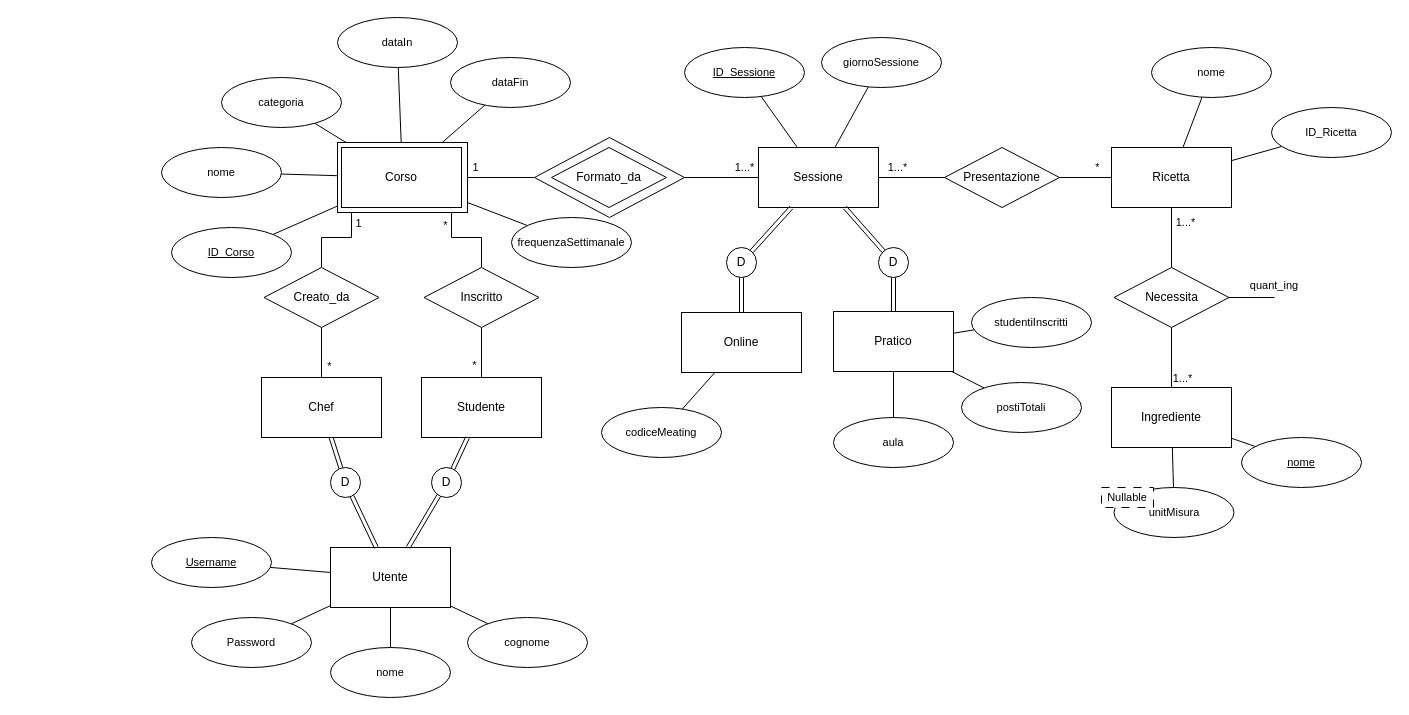
Before: page "E-R" (2 of 4) of bdd/uml/UML1.drawio in MetisWastaken/UninaFoodLab, a draw.io diagram. Source tidied: cells renumbered, new cells numbered last; positions are measured from the earlier drawing's top-left corner, leaving out a move shared by most shapes. Both pictures are drawn from the tidied source at 100%, with x=0, y=0 at pixel (151, 17).
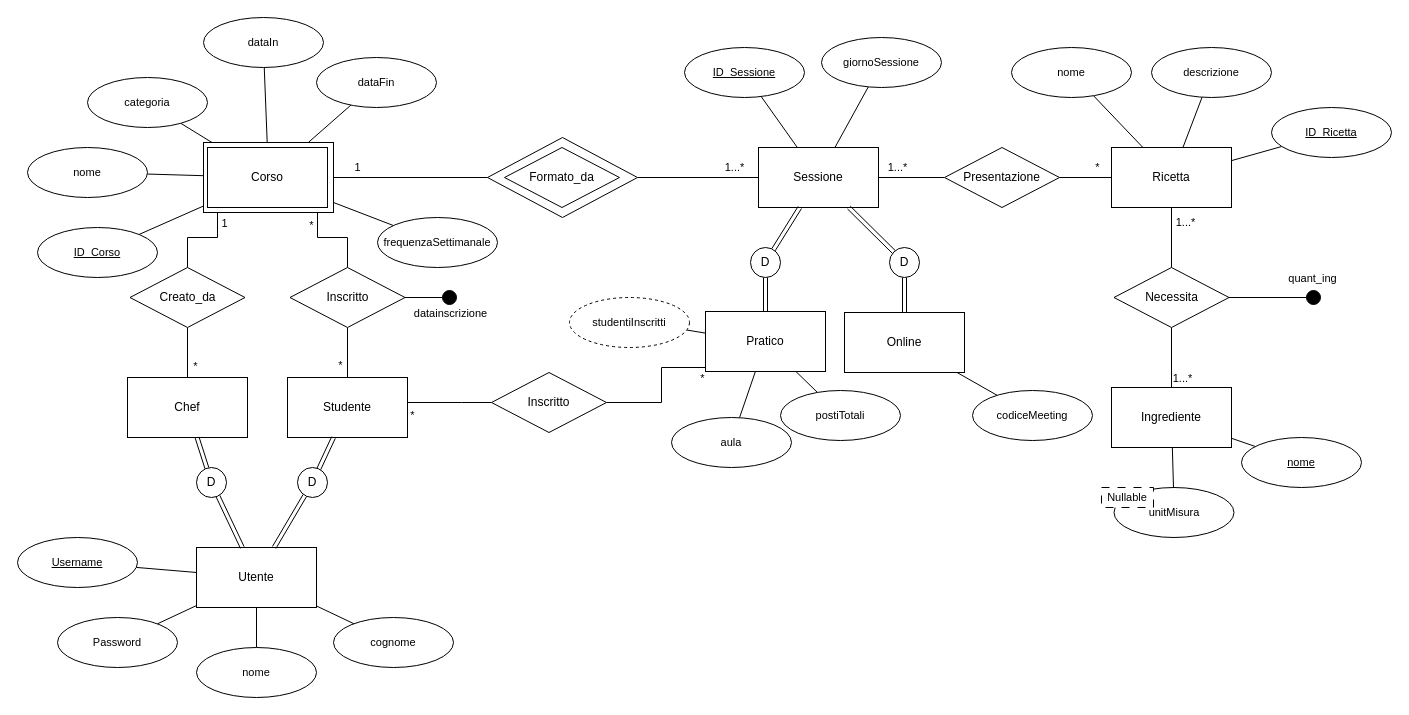
After the change.

The change refers to these unchanged cells:
```xml
<mxCell id="25" value="Ricetta" style="rounded=0;whiteSpace=wrap;html=1;" parent="1" vertex="1">
  <mxGeometry x="960" y="130" width="120" height="60" as="geometry" />
</mxCell>
<mxCell id="46" value="Necessita" style="rhombus;whiteSpace=wrap;html=1;" parent="1" vertex="1">
  <mxGeometry x="962.5" y="250" width="115" height="60" as="geometry" />
</mxCell>
```

The edit, as a diff of the source:
```diff
@@
     <mxCell id="2" style="rounded=0;whiteSpace=wrap;html=1;" parent="1" vertex="1">
-      <mxGeometry x="186" y="125" width="130" height="70" as="geometry" />
+      <mxGeometry x="52" y="125" width="130" height="70" as="geometry" />
     </mxCell>
     <mxCell id="3" value="Corso" style="rounded=0;whiteSpace=wrap;html=1;" parent="1" vertex="1">
-      <mxGeometry x="190" y="130" width="120" height="60" as="geometry" />
+      <mxGeometry x="56" y="130" width="120" height="60" as="geometry" />
     </mxCell>
     <mxCell id="4" style="rhombus;whiteSpace=wrap;html=1;fillColor=default;labelBackgroundColor=#CC0000;noLabel=0;" parent="1" vertex="1">
-      <mxGeometry x="383" y="120" width="150" height="80" as="geometry" />
+      <mxGeometry x="336" y="120" width="150" height="80" as="geometry" />
     </mxCell>
     <mxCell id="5" value="Formato_da" style="rhombus;whiteSpace=wrap;html=1;" parent="1" vertex="1">
-      <mxGeometry x="400" y="130" width="115" height="60" as="geometry" />
+      <mxGeometry x="353" y="130" width="115" height="60" as="geometry" />
     </mxCell>
@@
     <mxCell id="8" value="Studente" style="rounded=0;whiteSpace=wrap;html=1;" parent="1" vertex="1">
-      <mxGeometry x="270" y="360" width="120" height="60" as="geometry" />
+      <mxGeometry x="136" y="360" width="120" height="60" as="geometry" />
     </mxCell>
@@
     <mxCell id="11" value="Chef" style="rounded=0;whiteSpace=wrap;html=1;" parent="1" vertex="1">
-      <mxGeometry x="110" y="360" width="120" height="60" as="geometry" />
+      <mxGeometry x="-24" y="360" width="120" height="60" as="geometry" />
     </mxCell>
@@
     <mxCell id="16" value="Utente" style="rounded=0;whiteSpace=wrap;html=1;" parent="1" vertex="1">
-      <mxGeometry x="179" y="530" width="120" height="60" as="geometry" />
+      <mxGeometry x="45" y="530" width="120" height="60" as="geometry" />
     </mxCell>
@@
     <mxCell id="19" value="Online" style="rounded=0;whiteSpace=wrap;html=1;" parent="1" vertex="1">
-      <mxGeometry x="530" y="295" width="120" height="60" as="geometry" />
+      <mxGeometry x="693" y="295" width="120" height="60" as="geometry" />
     </mxCell>
     <mxCell id="20" value="Pratico" style="rounded=0;whiteSpace=wrap;html=1;" parent="1" vertex="1">
-      <mxGeometry x="682" y="294" width="120" height="60" as="geometry" />
+      <mxGeometry x="554" y="294" width="120" height="60" as="geometry" />
     </mxCell>
@@
     <mxCell id="31" style="edgeStyle=orthogonalEdgeStyle;shape=connector;rounded=0;jettySize=auto;html=1;strokeColor=default;align=center;verticalAlign=middle;fontFamily=Helvetica;fontSize=11;fontColor=default;labelBackgroundColor=default;endArrow=none;endFill=0;" parent="1" edge="1" source="33" target="2">
       <mxGeometry relative="1" as="geometry">
         <Array as="points">
-          <mxPoint x="170" y="220" />
-          <mxPoint x="200" y="220" />
+          <mxPoint x="36" y="220" />
+          <mxPoint x="66" y="220" />
         </Array>
       </mxGeometry>
     </mxCell>
@@
     <mxCell id="33" value="Creato_da" style="rhombus;whiteSpace=wrap;html=1;" parent="1" vertex="1">
-      <mxGeometry x="112.5" y="250" width="115" height="60" as="geometry" />
+      <mxGeometry x="-21.5" y="250" width="115" height="60" as="geometry" />
     </mxCell>
     <mxCell id="34" style="shape=connector;rounded=0;jettySize=auto;html=1;strokeColor=default;align=center;verticalAlign=middle;fontFamily=Helvetica;fontSize=11;fontColor=default;labelBackgroundColor=default;endArrow=none;endFill=0;edgeStyle=orthogonalEdgeStyle;" parent="1" edge="1" source="36" target="2">
       <mxGeometry relative="1" as="geometry">
         <Array as="points">
-          <mxPoint x="330" y="220" />
-          <mxPoint x="300" y="220" />
+          <mxPoint x="196" y="220" />
+          <mxPoint x="166" y="220" />
         </Array>
       </mxGeometry>
     </mxCell>
@@
     <mxCell id="36" value="Inscritto" style="rhombus;whiteSpace=wrap;html=1;" parent="1" vertex="1">
-      <mxGeometry x="272.5" y="250" width="115" height="60" as="geometry" />
+      <mxGeometry x="138.5" y="250" width="115" height="60" as="geometry" />
     </mxCell>
@@
     <mxCell id="48" value="D" style="ellipse;whiteSpace=wrap;html=1;" parent="1" vertex="1">
-      <mxGeometry x="280" y="450" width="30" height="30" as="geometry" />
+      <mxGeometry x="146" y="450" width="30" height="30" as="geometry" />
     </mxCell>
@@
     <mxCell id="51" value="D" style="ellipse;whiteSpace=wrap;html=1;" parent="1" vertex="1">
-      <mxGeometry x="179" y="450" width="30" height="30" as="geometry" />
+      <mxGeometry x="45" y="450" width="30" height="30" as="geometry" />
     </mxCell>
@@
     <mxCell id="54" value="D" style="ellipse;whiteSpace=wrap;html=1;" parent="1" vertex="1">
-      <mxGeometry x="727" y="230" width="30" height="30" as="geometry" />
+      <mxGeometry x="599" y="230" width="30" height="30" as="geometry" />
     </mxCell>
@@
     <mxCell id="57" value="D" style="ellipse;whiteSpace=wrap;html=1;" parent="1" vertex="1">
-      <mxGeometry x="575" y="230" width="30" height="30" as="geometry" />
+      <mxGeometry x="738" y="230" width="30" height="30" as="geometry" />
     </mxCell>
@@
     <mxCell id="59" value="&lt;u&gt;Username&lt;/u&gt;" style="ellipse;whiteSpace=wrap;html=1;fontFamily=Helvetica;fontSize=11;fontColor=default;labelBackgroundColor=default;" parent="1" vertex="1">
-      <mxGeometry y="520" width="120" height="50" as="geometry" />
+      <mxGeometry x="-134" y="520" width="120" height="50" as="geometry" />
     </mxCell>
     <mxCell id="60" value="Password" style="ellipse;whiteSpace=wrap;html=1;fontFamily=Helvetica;fontSize=11;fontColor=default;labelBackgroundColor=default;" parent="1" vertex="1">
-      <mxGeometry x="40" y="600" width="120" height="50" as="geometry" />
+      <mxGeometry x="-94" y="600" width="120" height="50" as="geometry" />
     </mxCell>
     <mxCell id="61" value="nome" style="ellipse;whiteSpace=wrap;html=1;fontFamily=Helvetica;fontSize=11;fontColor=default;labelBackgroundColor=default;" parent="1" vertex="1">
-      <mxGeometry x="179" y="630" width="120" height="50" as="geometry" />
+      <mxGeometry x="45" y="630" width="120" height="50" as="geometry" />
     </mxCell>
     <mxCell id="62" value="cognome" style="ellipse;whiteSpace=wrap;html=1;fontFamily=Helvetica;fontSize=11;fontColor=default;labelBackgroundColor=default;" parent="1" vertex="1">
-      <mxGeometry x="316" y="600" width="120" height="50" as="geometry" />
+      <mxGeometry x="182" y="600" width="120" height="50" as="geometry" />
     </mxCell>
-    <mxCell id="63" value="nome" style="ellipse;whiteSpace=wrap;html=1;fontFamily=Helvetica;fontSize=11;fontColor=default;labelBackgroundColor=default;" parent="1" vertex="1">
+    <mxCell id="63" value="descrizione" style="ellipse;whiteSpace=wrap;html=1;fontFamily=Helvetica;fontSize=11;fontColor=default;labelBackgroundColor=default;" parent="1" vertex="1">
       <mxGeometry x="1000" y="30" width="120" height="50" as="geometry" />
     </mxCell>
@@
     <mxCell id="65" value="categoria" style="ellipse;whiteSpace=wrap;html=1;fontFamily=Helvetica;fontSize=11;fontColor=default;labelBackgroundColor=default;" parent="1" vertex="1">
-      <mxGeometry x="70" y="60" width="120" height="50" as="geometry" />
+      <mxGeometry x="-64" y="60" width="120" height="50" as="geometry" />
     </mxCell>
@@
     <mxCell id="67" value="frequenzaSettimanale" style="ellipse;whiteSpace=wrap;html=1;fontFamily=Helvetica;fontSize=11;fontColor=default;labelBackgroundColor=default;" parent="1" vertex="1">
-      <mxGeometry x="360" y="200" width="120" height="50" as="geometry" />
+      <mxGeometry x="226" y="200" width="120" height="50" as="geometry" />
     </mxCell>
@@
     <mxCell id="69" value="nome" style="ellipse;whiteSpace=wrap;html=1;fontFamily=Helvetica;fontSize=11;fontColor=default;labelBackgroundColor=default;" parent="1" vertex="1">
-      <mxGeometry x="10" y="130" width="120" height="50" as="geometry" />
+      <mxGeometry x="-124" y="130" width="120" height="50" as="geometry" />
     </mxCell>
@@
     <mxCell id="71" value="dataFin" style="ellipse;whiteSpace=wrap;html=1;fontFamily=Helvetica;fontSize=11;fontColor=default;labelBackgroundColor=default;" parent="1" vertex="1">
-      <mxGeometry x="299" y="40" width="120" height="50" as="geometry" />
+      <mxGeometry x="165" y="40" width="120" height="50" as="geometry" />
     </mxCell>
@@
     <mxCell id="73" value="dataIn" style="ellipse;whiteSpace=wrap;html=1;fontFamily=Helvetica;fontSize=11;fontColor=default;labelBackgroundColor=default;" parent="1" vertex="1">
-      <mxGeometry x="186" width="120" height="50" as="geometry" />
+      <mxGeometry x="52" width="120" height="50" as="geometry" />
     </mxCell>
@@
     <mxCell id="75" value="&lt;u&gt;ID_Corso&lt;/u&gt;" style="ellipse;whiteSpace=wrap;html=1;fontFamily=Helvetica;fontSize=11;fontColor=default;labelBackgroundColor=default;" parent="1" vertex="1">
-      <mxGeometry x="20" y="210" width="120" height="50" as="geometry" />
+      <mxGeometry x="-114" y="210" width="120" height="50" as="geometry" />
     </mxCell>
@@
-    <mxCell id="78" value="codiceMeating" style="ellipse;whiteSpace=wrap;html=1;fontFamily=Helvetica;fontSize=11;fontColor=default;labelBackgroundColor=default;" parent="1" vertex="1">
-      <mxGeometry x="450" y="390" width="120" height="50" as="geometry" />
+    <mxCell id="78" value="codiceMeeting" style="ellipse;whiteSpace=wrap;html=1;fontFamily=Helvetica;fontSize=11;fontColor=default;labelBackgroundColor=default;" parent="1" vertex="1">
+      <mxGeometry x="821" y="373" width="120" height="50" as="geometry" />
     </mxCell>
@@
     <mxCell id="80" value="aula" style="ellipse;whiteSpace=wrap;html=1;fontFamily=Helvetica;fontSize=11;fontColor=default;labelBackgroundColor=default;" parent="1" vertex="1">
-      <mxGeometry x="682" y="400" width="120" height="50" as="geometry" />
+      <mxGeometry x="520" y="400" width="120" height="50" as="geometry" />
     </mxCell>
@@
     <mxCell id="82" value="postiTotali" style="ellipse;whiteSpace=wrap;html=1;fontFamily=Helvetica;fontSize=11;fontColor=default;labelBackgroundColor=default;" parent="1" vertex="1">
-      <mxGeometry x="810" y="365" width="120" height="50" as="geometry" />
+      <mxGeometry x="629" y="373" width="120" height="50" as="geometry" />
     </mxCell>
@@
-    <mxCell id="84" value="studentiInscritti" style="ellipse;whiteSpace=wrap;html=1;fontFamily=Helvetica;fontSize=11;fontColor=default;labelBackgroundColor=default;" parent="1" vertex="1">
-      <mxGeometry x="820" y="280" width="120" height="50" as="geometry" />
+    <mxCell id="84" value="studentiInscritti" style="ellipse;whiteSpace=wrap;html=1;fontFamily=Helvetica;fontSize=11;fontColor=default;labelBackgroundColor=default;dashed=1;" parent="1" vertex="1">
+      <mxGeometry x="418" y="280" width="120" height="50" as="geometry" />
     </mxCell>
@@
-    <mxCell id="90" value="ID_Ricetta" style="ellipse;whiteSpace=wrap;html=1;fontFamily=Helvetica;fontSize=11;fontColor=default;labelBackgroundColor=default;" parent="1" vertex="1">
+    <mxCell id="90" value="&lt;u&gt;ID_Ricetta&lt;/u&gt;" style="ellipse;whiteSpace=wrap;html=1;fontFamily=Helvetica;fontSize=11;fontColor=default;labelBackgroundColor=default;" parent="1" vertex="1">
       <mxGeometry x="1120" y="90" width="120" height="50" as="geometry" />
     </mxCell>
+    <mxCell id="93" style="html=1;verticalAlign=bottom;startArrow=circle;startFill=1;endArrow=none;startSize=6;endSize=8;curved=0;rounded=0;endFill=0;" parent="1" edge="1" target="46">
+      <mxGeometry x="-0.01" relative="1" as="geometry">
+        <mxPoint x="1170" y="280" as="sourcePoint" />
+      </mxGeometry>
+    </mxCell>
-    <mxCell id="91" value="quant_ing&#10;&#10;" style="shape=waypoint;sketch=0;fillStyle=solid;size=6;points=[];fillColor=none;perimeter=centerPerimeter;snapToPoint=1;fontFamily=Helvetica;fontSize=11;fontColor=default;labelBackgroundColor=default;" parent="1" vertex="1">
-      <mxGeometry x="1113" y="270" width="20" height="20" as="geometry" />
+    <mxCell id="91" value="quant_ing" style="edgeLabel;html=1;align=center;verticalAlign=middle;points=[];" parent="93" vertex="1">
+      <mxGeometry x="-0.86" y="2" relative="1" as="geometry">
+        <mxPoint x="-4" y="-22" as="offset" />
+      </mxGeometry>
     </mxCell>
-    <mxCell id="92" style="edgeStyle=none;shape=connector;rounded=0;jettySize=auto;html=1;strokeColor=default;align=center;verticalAlign=middle;fontFamily=Helvetica;fontSize=11;fontColor=default;labelBackgroundColor=default;endArrow=none;endFill=0;" parent="1" edge="1" source="46" target="91">
-      <mxGeometry relative="1" as="geometry" />
-    </mxCell>
+    <mxCell id="94" style="html=1;verticalAlign=bottom;startArrow=circle;startFill=1;endArrow=none;startSize=6;endSize=8;curved=0;rounded=0;endFill=0;" parent="1" edge="1" target="36">
+      <mxGeometry x="-0.01" relative="1" as="geometry">
+        <mxPoint x="306" y="280" as="sourcePoint" />
+      </mxGeometry>
+    </mxCell>
+    <mxCell id="95" value="datainscrizione" style="edgeLabel;html=1;align=center;verticalAlign=middle;" parent="94" vertex="1">
+      <mxGeometry x="-0.86" y="2" relative="1" as="geometry">
+        <mxPoint x="-4" y="13" as="offset" />
+      </mxGeometry>
+    </mxCell>
+    <mxCell id="96" style="edgeStyle=orthogonalEdgeStyle;rounded=0;jettySize=auto;html=1;endArrow=none;endFill=0;" parent="1" edge="1" source="8" target="100">
+      <mxGeometry relative="1" as="geometry">
+        <Array as="points">
+          <mxPoint x="310" y="385" />
+          <mxPoint x="310" y="385" />
+        </Array>
+      </mxGeometry>
+    </mxCell>
+    <mxCell id="97" value="*" style="edgeLabel;html=1;align=center;verticalAlign=middle;fontFamily=Helvetica;fontSize=11;fontColor=default;labelBackgroundColor=default;" parent="96" vertex="1">
+      <mxGeometry x="-0.38" relative="1" as="geometry">
+        <mxPoint x="-22" y="12" as="offset" />
+      </mxGeometry>
+    </mxCell>
+    <mxCell id="98" style="shape=connector;rounded=0;jettySize=auto;html=1;strokeColor=default;align=center;verticalAlign=middle;fontFamily=Helvetica;fontSize=11;fontColor=default;labelBackgroundColor=default;endArrow=none;endFill=0;edgeStyle=orthogonalEdgeStyle;" parent="1" edge="1" source="100" target="20">
+      <mxGeometry relative="1" as="geometry">
+        <Array as="points">
+          <mxPoint x="510" y="385" />
+          <mxPoint x="510" y="350" />
+        </Array>
+      </mxGeometry>
+    </mxCell>
+    <mxCell id="99" value="*" style="edgeLabel;html=1;align=center;verticalAlign=middle;fontFamily=Helvetica;fontSize=11;fontColor=default;labelBackgroundColor=default;" parent="98" vertex="1">
+      <mxGeometry x="0.72" y="-1" relative="1" as="geometry">
+        <mxPoint x="15" y="9" as="offset" />
+      </mxGeometry>
+    </mxCell>
+    <mxCell id="100" value="Inscritto" style="rhombus;whiteSpace=wrap;html=1;" parent="1" vertex="1">
+      <mxGeometry x="340" y="355" width="115" height="60" as="geometry" />
+    </mxCell>
+    <mxCell id="101" style="edgeStyle=none;shape=connector;rounded=0;jettySize=auto;html=1;strokeColor=default;align=center;verticalAlign=middle;fontFamily=Helvetica;fontSize=11;fontColor=default;labelBackgroundColor=default;endArrow=none;endFill=0;" parent="1" edge="1" source="102" target="25">
+      <mxGeometry relative="1" as="geometry" />
+    </mxCell>
+    <mxCell id="102" value="nome" style="ellipse;whiteSpace=wrap;html=1;fontFamily=Helvetica;fontSize=11;fontColor=default;labelBackgroundColor=default;" parent="1" vertex="1">
+      <mxGeometry x="860" y="30" width="120" height="50" as="geometry" />
+    </mxCell>
```
